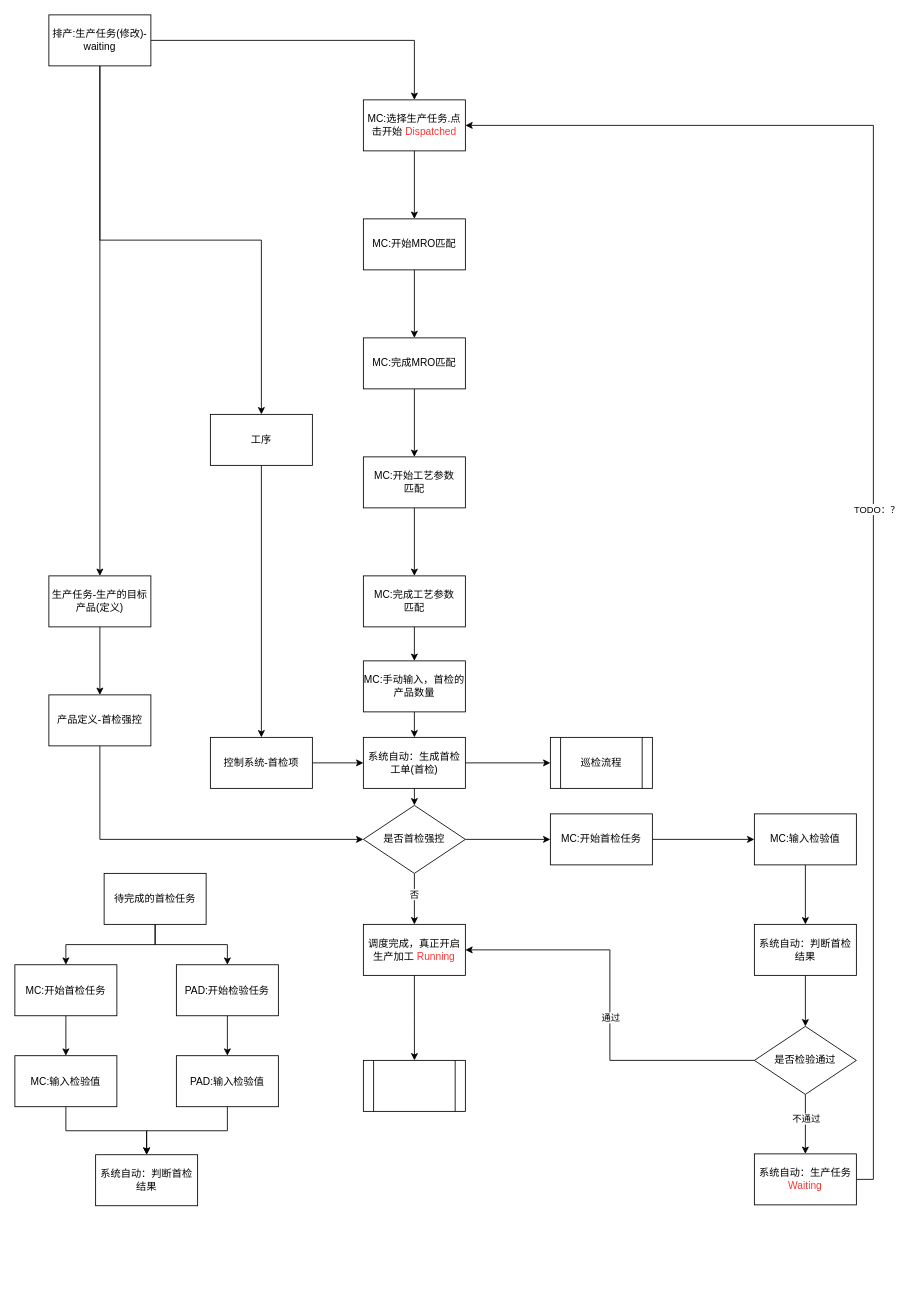
Before: page "首检" (1 of 2) of 首检流程.drawio in sstlin/os-shell, a draw.io diagram. Source tidied: cells renumbered, new cells numbered last; positions are measured from the earlier drawing's top-left corner, leaving out a move shared by most shapes. Both pictures are drawn from the tidied source at 85%, with x=0, y=0 at pixel (14, 14).
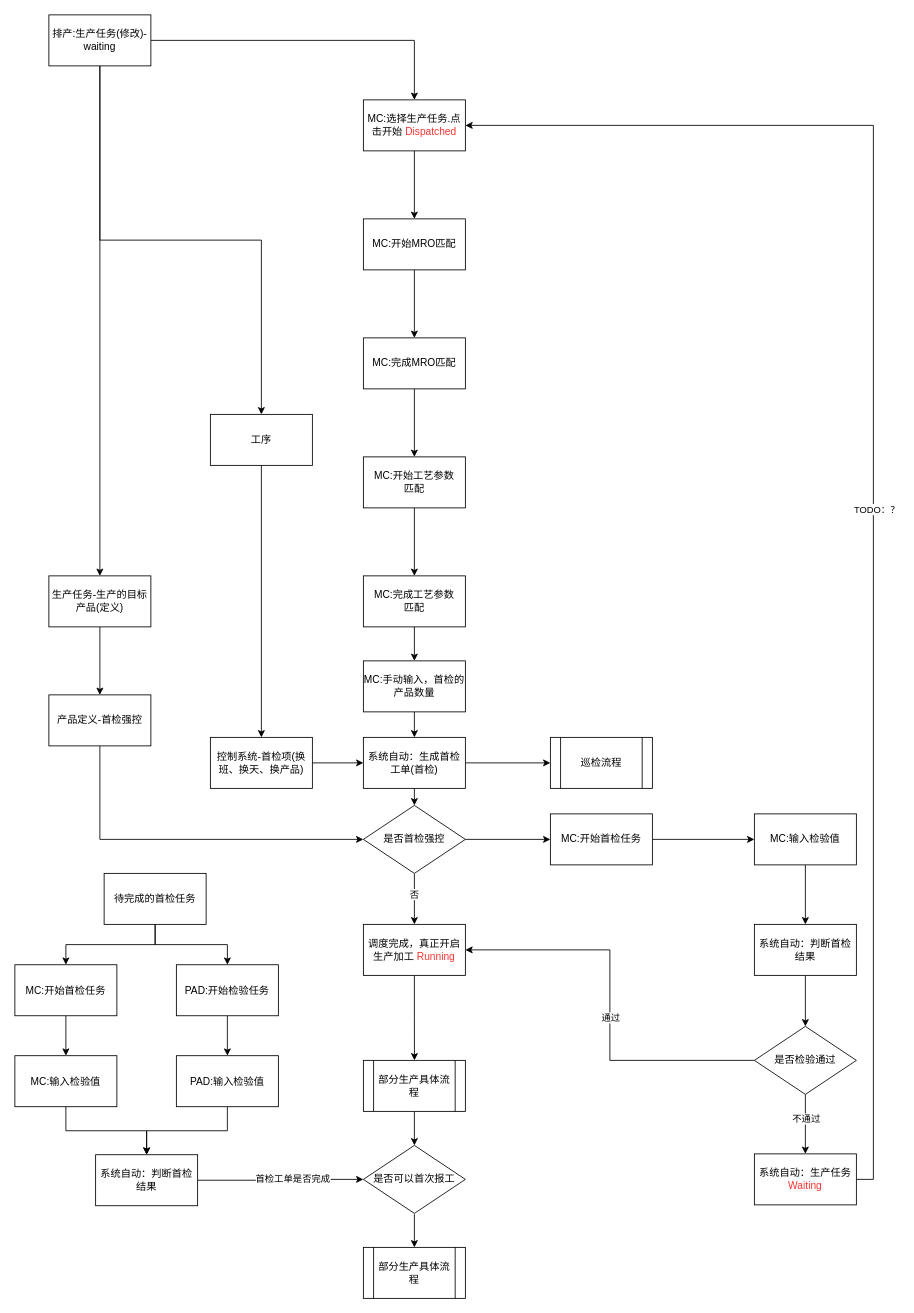
The same diagram, later.

Unchanged cells that the change refers to:
```xml
<mxCell id="55" value="系统自动：判断首检结果" style="whiteSpace=wrap;html=1;rounded=0;" parent="1" vertex="1">
  <mxGeometry x="95" y="1341" width="120" height="60" as="geometry" />
</mxCell>
```

What changed in the source:
```diff
@@
-    <mxCell id="33" value="控制系统-首检项" style="rounded=0;whiteSpace=wrap;html=1;" parent="1" vertex="1">
+    <mxCell id="33" value="控制系统-首检项(换班、换天、换产品)" style="rounded=0;whiteSpace=wrap;html=1;" parent="1" vertex="1">
       <mxGeometry x="230" y="850" width="120" height="60" as="geometry" />
     </mxCell>
@@
+    <mxCell id="63" style="edgeStyle=orthogonalEdgeStyle;rounded=0;jettySize=auto;html=1;exitX=1;exitY=0.5;exitDx=0;exitDy=0;entryX=0;entryY=0.5;entryDx=0;entryDy=0;" parent="1" edge="1" source="55" target="68">
+      <mxGeometry relative="1" as="geometry" />
+    </mxCell>
+    <mxCell id="64" value="首检工单是否完成" style="edgeLabel;html=1;align=center;verticalAlign=middle;" parent="63" vertex="1">
+      <mxGeometry x="0.14" y="1" relative="1" as="geometry" />
+    </mxCell>
@@
+    <mxCell id="65" style="edgeStyle=orthogonalEdgeStyle;rounded=0;jettySize=auto;html=1;exitX=0.5;exitY=1;exitDx=0;exitDy=0;entryX=0.5;entryY=0;entryDx=0;entryDy=0;" parent="1" edge="1" source="56" target="68">
+      <mxGeometry relative="1" as="geometry" />
+    </mxCell>
-    <mxCell id="56" style="shape=process;whiteSpace=wrap;html=1;backgroundOutline=1;" parent="1" vertex="1">
+    <mxCell id="56" value="部分生产具体流程" style="shape=process;whiteSpace=wrap;html=1;backgroundOutline=1;" parent="1" vertex="1">
       <mxGeometry x="410" y="1230" width="120" height="60" as="geometry" />
     </mxCell>
@@
+    <mxCell id="66" style="edgeStyle=orthogonalEdgeStyle;rounded=0;jettySize=auto;html=1;exitX=0.5;exitY=1;exitDx=0;exitDy=0;entryX=0.5;entryY=0;entryDx=0;entryDy=0;" parent="1" edge="1" target="67">
+      <mxGeometry relative="1" as="geometry">
+        <mxPoint x="470" y="1411" as="sourcePoint" />
+      </mxGeometry>
+    </mxCell>
+    <mxCell id="67" value="部分生产具体流程" style="shape=process;whiteSpace=wrap;html=1;backgroundOutline=1;" parent="1" vertex="1">
+      <mxGeometry x="410" y="1450" width="120" height="60" as="geometry" />
+    </mxCell>
+    <mxCell id="68" value="是否可以首次报工" style="rhombus;whiteSpace=wrap;html=1;rounded=0;" parent="1" vertex="1">
+      <mxGeometry x="410" y="1330" width="120" height="80" as="geometry" />
+    </mxCell>
```
